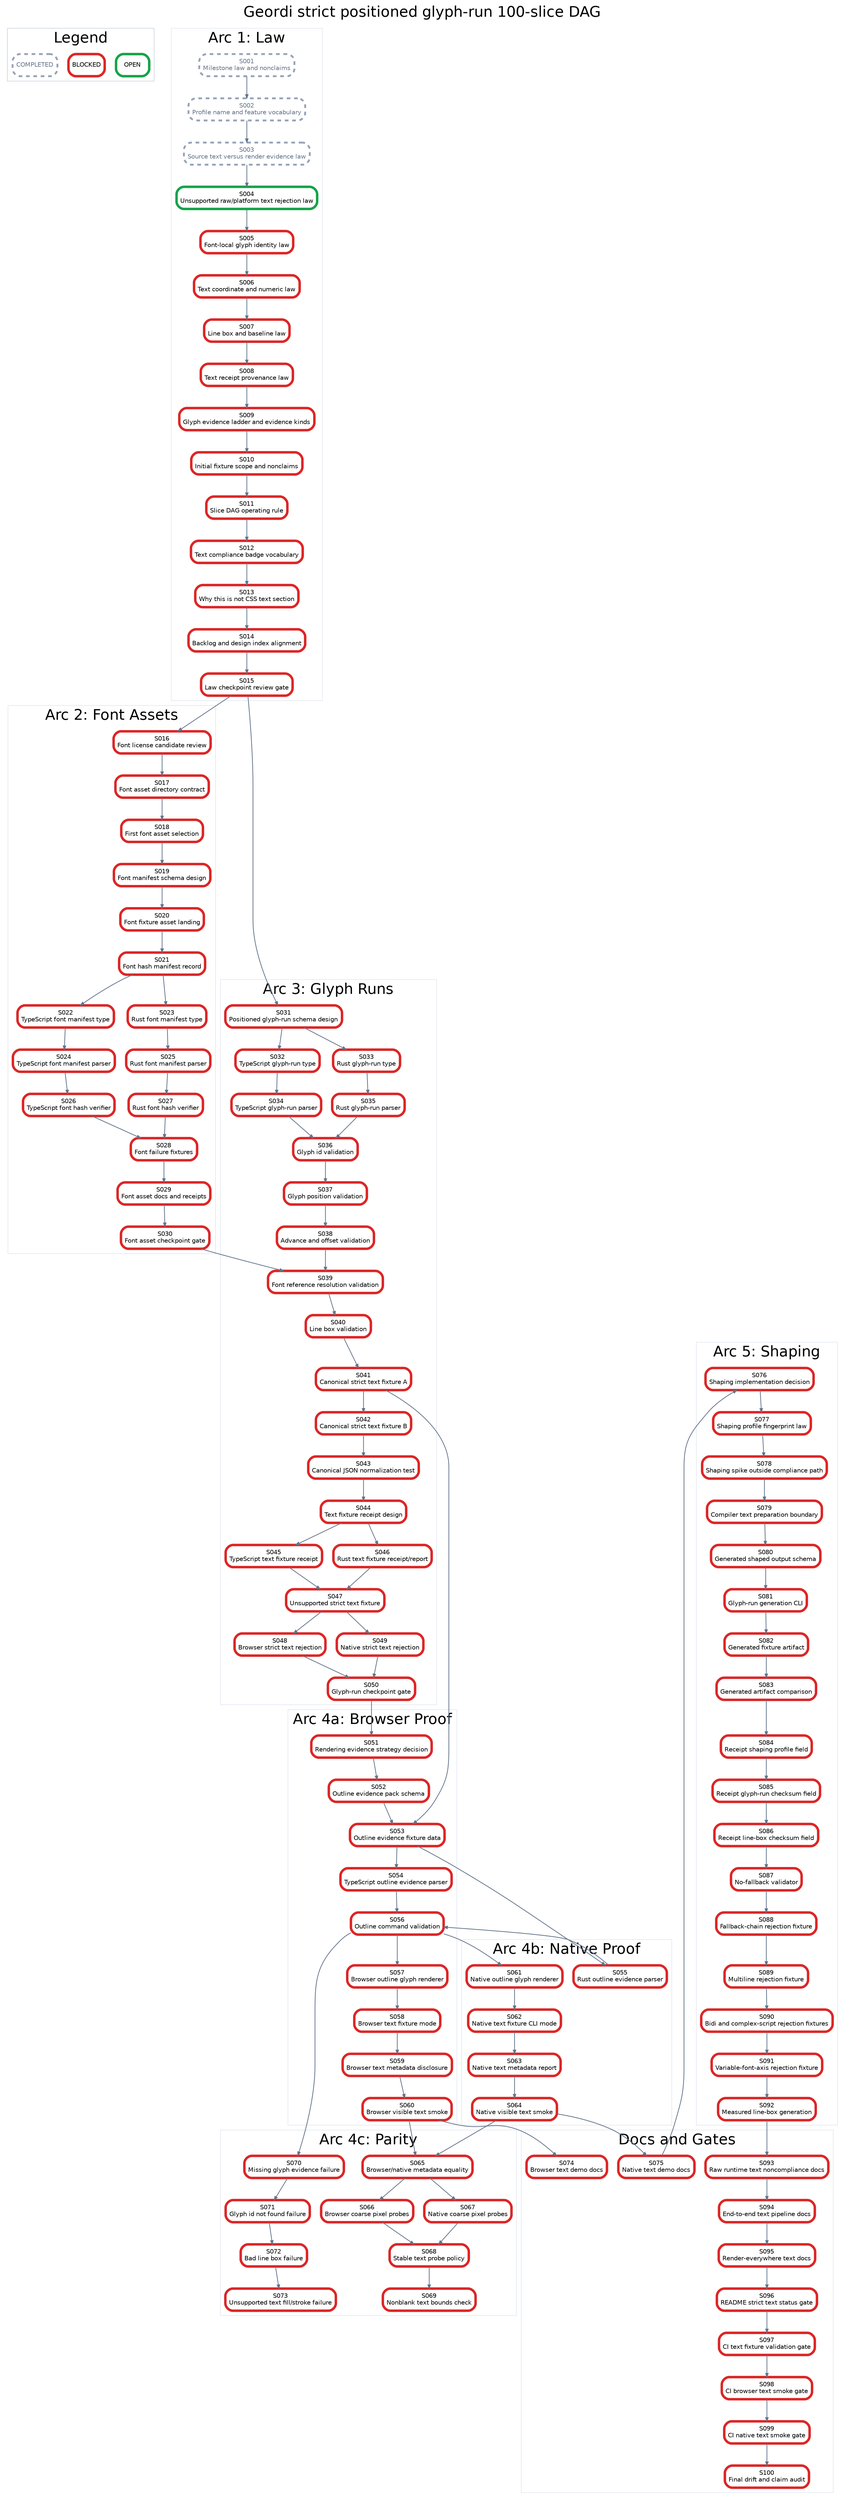
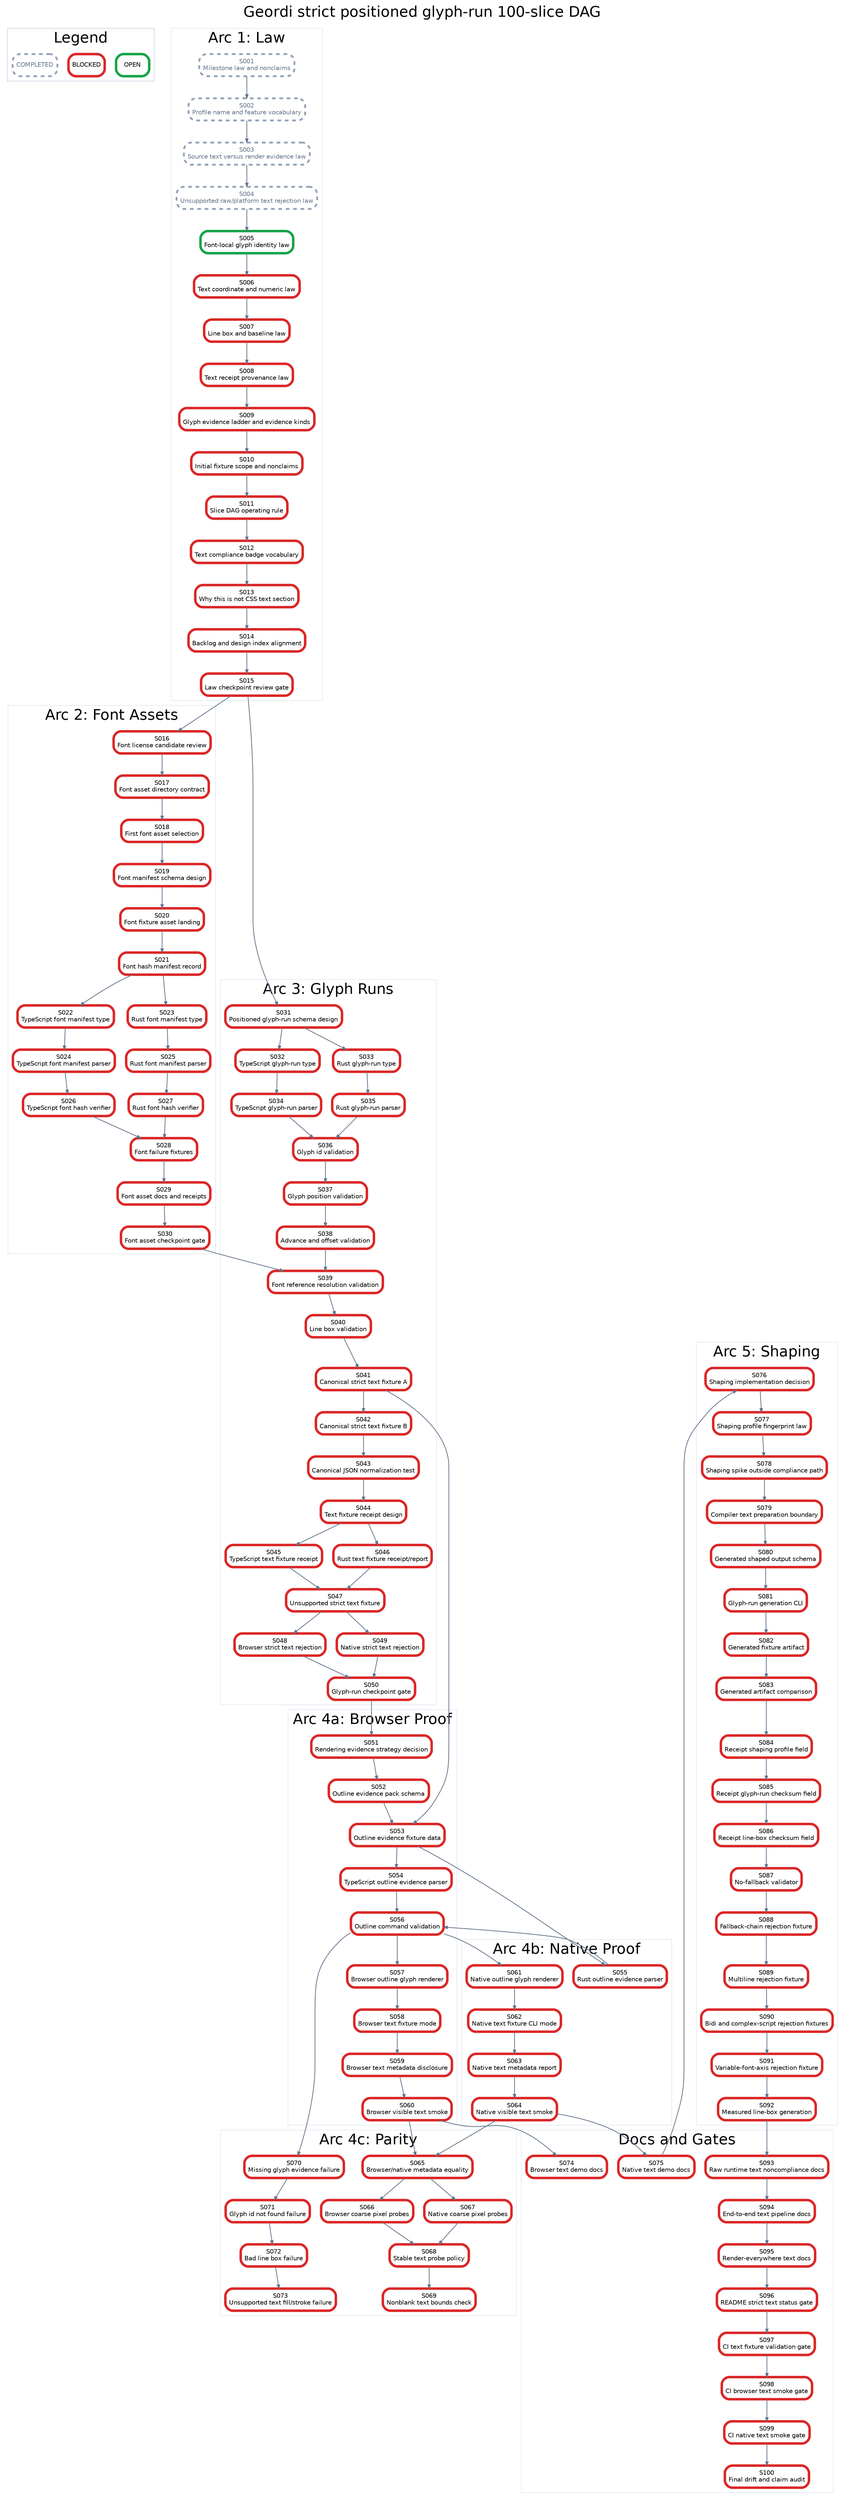
digraph StrictPositionedGlyphRunPlan {
  graph [rankdir=TB, bgcolor="white", fontname="Helvetica", label="Geordi strict positioned glyph-run 100-slice DAG", labelloc="t", fontsize=24];
  node [shape=box, style="rounded,filled", fillcolor="white", fontname="Helvetica", fontsize=10, margin="0.08,0.05"];
  edge [color="#64748b", arrowsize=0.6, penwidth=1.2];

  subgraph cluster_legend {
    label="Legend";
    color="#cbd5e1";
    legend_open [label="OPEN", color="#16a34a", penwidth=4];
    legend_blocked [label="BLOCKED", color="#dc2626", penwidth=4];
    legend_done [label="COMPLETED", color="#94a3b8", penwidth=3, style="rounded,filled,dashed", fontcolor="#64748b"];
  }

  subgraph cluster_law {
    label="Arc 1: Law";
    color="#e2e8f0";
    S001 [label="S001\nMilestone law and nonclaims", color="#94a3b8", penwidth=3, style="rounded,filled,dashed", fontcolor="#64748b"];
    S002 [label="S002\nProfile name and feature vocabulary", color="#94a3b8", penwidth=3, style="rounded,filled,dashed", fontcolor="#64748b"];
    S003 [label="S003\nSource text versus render evidence law", color="#94a3b8", penwidth=3, style="rounded,filled,dashed", fontcolor="#64748b"];
-     S004 [label="S004\nUnsupported raw/platform text rejection law", color="#16a34a", penwidth=4];
-     S005 [label="S005\nFont-local glyph identity law", color="#dc2626", penwidth=4];
+     S004 [label="S004\nUnsupported raw/platform text rejection law", color="#94a3b8", penwidth=3, style="rounded,filled,dashed", fontcolor="#64748b"];
+     S005 [label="S005\nFont-local glyph identity law", color="#16a34a", penwidth=4];
    S006 [label="S006\nText coordinate and numeric law", color="#dc2626", penwidth=4];
    S007 [label="S007\nLine box and baseline law", color="#dc2626", penwidth=4];
    S008 [label="S008\nText receipt provenance law", color="#dc2626", penwidth=4];
    S009 [label="S009\nGlyph evidence ladder and evidence kinds", color="#dc2626", penwidth=4];
    S010 [label="S010\nInitial fixture scope and nonclaims", color="#dc2626", penwidth=4];
    S011 [label="S011\nSlice DAG operating rule", color="#dc2626", penwidth=4];
    S012 [label="S012\nText compliance badge vocabulary", color="#dc2626", penwidth=4];
    S013 [label="S013\nWhy this is not CSS text section", color="#dc2626", penwidth=4];
    S014 [label="S014\nBacklog and design index alignment", color="#dc2626", penwidth=4];
    S015 [label="S015\nLaw checkpoint review gate", color="#dc2626", penwidth=4];
  }

  subgraph cluster_assets {
    label="Arc 2: Font Assets";
    color="#e2e8f0";
    S016 [label="S016\nFont license candidate review", color="#dc2626", penwidth=4];
    S017 [label="S017\nFont asset directory contract", color="#dc2626", penwidth=4];
    S018 [label="S018\nFirst font asset selection", color="#dc2626", penwidth=4];
    S019 [label="S019\nFont manifest schema design", color="#dc2626", penwidth=4];
    S020 [label="S020\nFont fixture asset landing", color="#dc2626", penwidth=4];
    S021 [label="S021\nFont hash manifest record", color="#dc2626", penwidth=4];
    S022 [label="S022\nTypeScript font manifest type", color="#dc2626", penwidth=4];
    S023 [label="S023\nRust font manifest type", color="#dc2626", penwidth=4];
    S024 [label="S024\nTypeScript font manifest parser", color="#dc2626", penwidth=4];
    S025 [label="S025\nRust font manifest parser", color="#dc2626", penwidth=4];
    S026 [label="S026\nTypeScript font hash verifier", color="#dc2626", penwidth=4];
    S027 [label="S027\nRust font hash verifier", color="#dc2626", penwidth=4];
    S028 [label="S028\nFont failure fixtures", color="#dc2626", penwidth=4];
    S029 [label="S029\nFont asset docs and receipts", color="#dc2626", penwidth=4];
    S030 [label="S030\nFont asset checkpoint gate", color="#dc2626", penwidth=4];
  }

  subgraph cluster_glyph {
    label="Arc 3: Glyph Runs";
    color="#e2e8f0";
    S031 [label="S031\nPositioned glyph-run schema design", color="#dc2626", penwidth=4];
    S032 [label="S032\nTypeScript glyph-run type", color="#dc2626", penwidth=4];
    S033 [label="S033\nRust glyph-run type", color="#dc2626", penwidth=4];
    S034 [label="S034\nTypeScript glyph-run parser", color="#dc2626", penwidth=4];
    S035 [label="S035\nRust glyph-run parser", color="#dc2626", penwidth=4];
    S036 [label="S036\nGlyph id validation", color="#dc2626", penwidth=4];
    S037 [label="S037\nGlyph position validation", color="#dc2626", penwidth=4];
    S038 [label="S038\nAdvance and offset validation", color="#dc2626", penwidth=4];
    S039 [label="S039\nFont reference resolution validation", color="#dc2626", penwidth=4];
    S040 [label="S040\nLine box validation", color="#dc2626", penwidth=4];
    S041 [label="S041\nCanonical strict text fixture A", color="#dc2626", penwidth=4];
    S042 [label="S042\nCanonical strict text fixture B", color="#dc2626", penwidth=4];
    S043 [label="S043\nCanonical JSON normalization test", color="#dc2626", penwidth=4];
    S044 [label="S044\nText fixture receipt design", color="#dc2626", penwidth=4];
    S045 [label="S045\nTypeScript text fixture receipt", color="#dc2626", penwidth=4];
    S046 [label="S046\nRust text fixture receipt/report", color="#dc2626", penwidth=4];
    S047 [label="S047\nUnsupported strict text fixture", color="#dc2626", penwidth=4];
    S048 [label="S048\nBrowser strict text rejection", color="#dc2626", penwidth=4];
    S049 [label="S049\nNative strict text rejection", color="#dc2626", penwidth=4];
    S050 [label="S050\nGlyph-run checkpoint gate", color="#dc2626", penwidth=4];
  }

  subgraph cluster_browser {
    label="Arc 4a: Browser Proof";
    color="#e2e8f0";
    S051 [label="S051\nRendering evidence strategy decision", color="#dc2626", penwidth=4];
    S052 [label="S052\nOutline evidence pack schema", color="#dc2626", penwidth=4];
    S053 [label="S053\nOutline evidence fixture data", color="#dc2626", penwidth=4];
    S054 [label="S054\nTypeScript outline evidence parser", color="#dc2626", penwidth=4];
    S056 [label="S056\nOutline command validation", color="#dc2626", penwidth=4];
    S057 [label="S057\nBrowser outline glyph renderer", color="#dc2626", penwidth=4];
    S058 [label="S058\nBrowser text fixture mode", color="#dc2626", penwidth=4];
    S059 [label="S059\nBrowser text metadata disclosure", color="#dc2626", penwidth=4];
    S060 [label="S060\nBrowser visible text smoke", color="#dc2626", penwidth=4];
  }

  subgraph cluster_native {
    label="Arc 4b: Native Proof";
    color="#e2e8f0";
    S055 [label="S055\nRust outline evidence parser", color="#dc2626", penwidth=4];
    S061 [label="S061\nNative outline glyph renderer", color="#dc2626", penwidth=4];
    S062 [label="S062\nNative text fixture CLI mode", color="#dc2626", penwidth=4];
    S063 [label="S063\nNative text metadata report", color="#dc2626", penwidth=4];
    S064 [label="S064\nNative visible text smoke", color="#dc2626", penwidth=4];
  }

  subgraph cluster_parity {
    label="Arc 4c: Parity";
    color="#e2e8f0";
    S065 [label="S065\nBrowser/native metadata equality", color="#dc2626", penwidth=4];
    S066 [label="S066\nBrowser coarse pixel probes", color="#dc2626", penwidth=4];
    S067 [label="S067\nNative coarse pixel probes", color="#dc2626", penwidth=4];
    S068 [label="S068\nStable text probe policy", color="#dc2626", penwidth=4];
    S069 [label="S069\nNonblank text bounds check", color="#dc2626", penwidth=4];
    S070 [label="S070\nMissing glyph evidence failure", color="#dc2626", penwidth=4];
    S071 [label="S071\nGlyph id not found failure", color="#dc2626", penwidth=4];
    S072 [label="S072\nBad line box failure", color="#dc2626", penwidth=4];
    S073 [label="S073\nUnsupported text fill/stroke failure", color="#dc2626", penwidth=4];
  }

  subgraph cluster_shaping {
    label="Arc 5: Shaping";
    color="#e2e8f0";
    S076 [label="S076\nShaping implementation decision", color="#dc2626", penwidth=4];
    S077 [label="S077\nShaping profile fingerprint law", color="#dc2626", penwidth=4];
    S078 [label="S078\nShaping spike outside compliance path", color="#dc2626", penwidth=4];
    S079 [label="S079\nCompiler text preparation boundary", color="#dc2626", penwidth=4];
    S080 [label="S080\nGenerated shaped output schema", color="#dc2626", penwidth=4];
    S081 [label="S081\nGlyph-run generation CLI", color="#dc2626", penwidth=4];
    S082 [label="S082\nGenerated fixture artifact", color="#dc2626", penwidth=4];
    S083 [label="S083\nGenerated artifact comparison", color="#dc2626", penwidth=4];
    S084 [label="S084\nReceipt shaping profile field", color="#dc2626", penwidth=4];
    S085 [label="S085\nReceipt glyph-run checksum field", color="#dc2626", penwidth=4];
    S086 [label="S086\nReceipt line-box checksum field", color="#dc2626", penwidth=4];
    S087 [label="S087\nNo-fallback validator", color="#dc2626", penwidth=4];
    S088 [label="S088\nFallback-chain rejection fixture", color="#dc2626", penwidth=4];
    S089 [label="S089\nMultiline rejection fixture", color="#dc2626", penwidth=4];
    S090 [label="S090\nBidi and complex-script rejection fixtures", color="#dc2626", penwidth=4];
    S091 [label="S091\nVariable-font-axis rejection fixture", color="#dc2626", penwidth=4];
    S092 [label="S092\nMeasured line-box generation", color="#dc2626", penwidth=4];
  }

  subgraph cluster_docs {
    label="Docs and Gates";
    color="#e2e8f0";
    S074 [label="S074\nBrowser text demo docs", color="#dc2626", penwidth=4];
    S075 [label="S075\nNative text demo docs", color="#dc2626", penwidth=4];
    S093 [label="S093\nRaw runtime text noncompliance docs", color="#dc2626", penwidth=4];
    S094 [label="S094\nEnd-to-end text pipeline docs", color="#dc2626", penwidth=4];
    S095 [label="S095\nRender-everywhere text docs", color="#dc2626", penwidth=4];
    S096 [label="S096\nREADME strict text status gate", color="#dc2626", penwidth=4];
    S097 [label="S097\nCI text fixture validation gate", color="#dc2626", penwidth=4];
    S098 [label="S098\nCI browser text smoke gate", color="#dc2626", penwidth=4];
    S099 [label="S099\nCI native text smoke gate", color="#dc2626", penwidth=4];
    S100 [label="S100\nFinal drift and claim audit", color="#dc2626", penwidth=4];
  }

  S001 -> S002;
  S002 -> S003;
  S003 -> S004;
  S004 -> S005;
  S005 -> S006;
  S006 -> S007;
  S007 -> S008;
  S008 -> S009;
  S009 -> S010;
  S010 -> S011;
  S011 -> S012;
  S012 -> S013;
  S013 -> S014;
  S014 -> S015;
  S015 -> S016;
  S016 -> S017;
  S017 -> S018;
  S018 -> S019;
  S019 -> S020;
  S020 -> S021;
  S021 -> S022;
  S021 -> S023;
  S022 -> S024;
  S023 -> S025;
  S024 -> S026;
  S025 -> S027;
  S026 -> S028;
  S027 -> S028;
  S028 -> S029;
  S029 -> S030;
  S015 -> S031;
  S031 -> S032;
  S031 -> S033;
  S032 -> S034;
  S033 -> S035;
  S034 -> S036;
  S035 -> S036;
  S036 -> S037;
  S037 -> S038;
  S038 -> S039;
  S039 -> S040;
  S030 -> S039;
  S040 -> S041;
  S041 -> S042;
  S042 -> S043;
  S043 -> S044;
  S044 -> S045;
  S044 -> S046;
  S045 -> S047;
  S046 -> S047;
  S047 -> S048;
  S047 -> S049;
  S048 -> S050;
  S049 -> S050;
  S050 -> S051;
  S051 -> S052;
  S052 -> S053;
  S041 -> S053;
  S053 -> S054;
  S053 -> S055;
  S054 -> S056;
  S055 -> S056;
  S056 -> S057;
  S057 -> S058;
  S058 -> S059;
  S059 -> S060;
  S056 -> S061;
  S061 -> S062;
  S062 -> S063;
  S063 -> S064;
  S060 -> S065;
  S064 -> S065;
  S065 -> S066;
  S065 -> S067;
  S066 -> S068;
  S067 -> S068;
  S068 -> S069;
  S056 -> S070;
  S070 -> S071;
  S071 -> S072;
  S072 -> S073;
  S060 -> S074;
  S064 -> S075;
  S075 -> S076;
  S076 -> S077;
  S077 -> S078;
  S078 -> S079;
  S079 -> S080;
  S080 -> S081;
  S081 -> S082;
  S082 -> S083;
  S083 -> S084;
  S084 -> S085;
  S085 -> S086;
  S086 -> S087;
  S087 -> S088;
  S088 -> S089;
  S089 -> S090;
  S090 -> S091;
  S091 -> S092;
  S092 -> S093;
  S093 -> S094;
  S094 -> S095;
  S095 -> S096;
  S096 -> S097;
  S097 -> S098;
  S098 -> S099;
  S099 -> S100;
}
